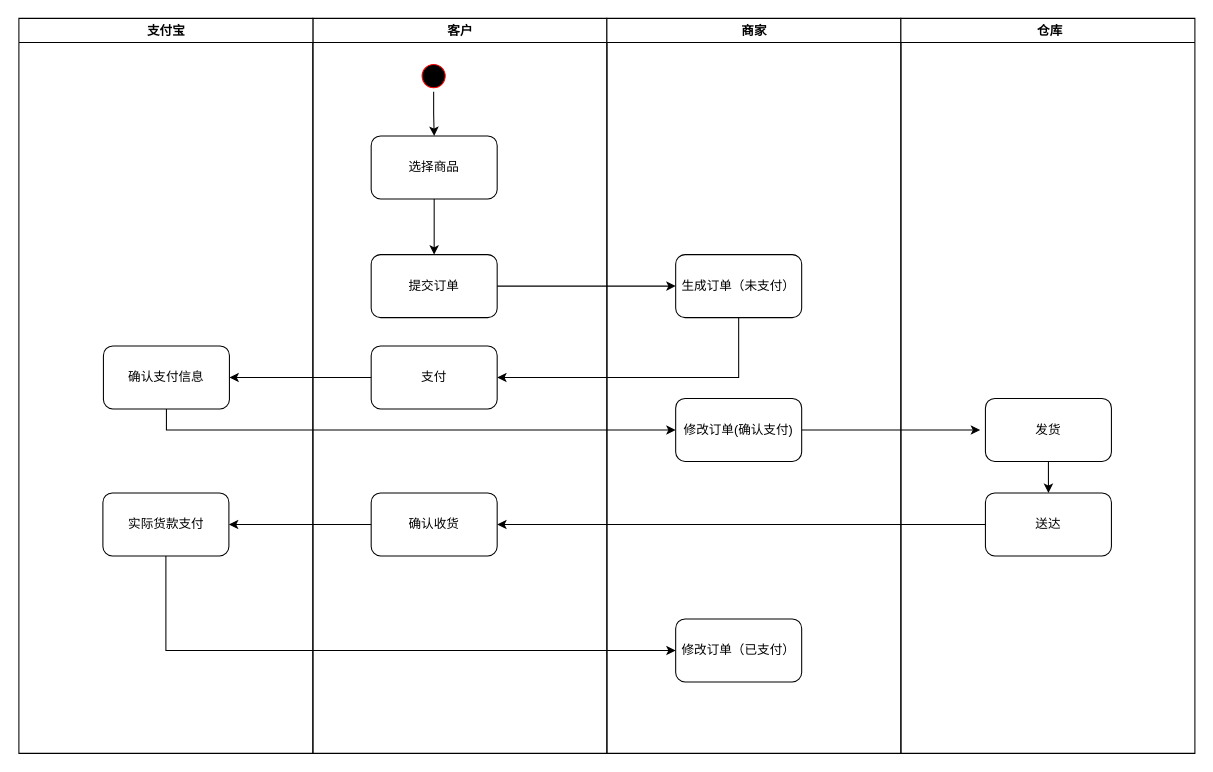
This is 作业32.drawio from Wilson-Long/FrozenFox-V, a draw.io file, before an edit. Source tidied: cells renumbered, new cells numbered last; positions are measured from the earlier drawing's top-left corner, leaving out a move shared by most shapes. Both pictures are drawn from the tidied source at 105%, with x=0, y=0 at pixel (18, 18).
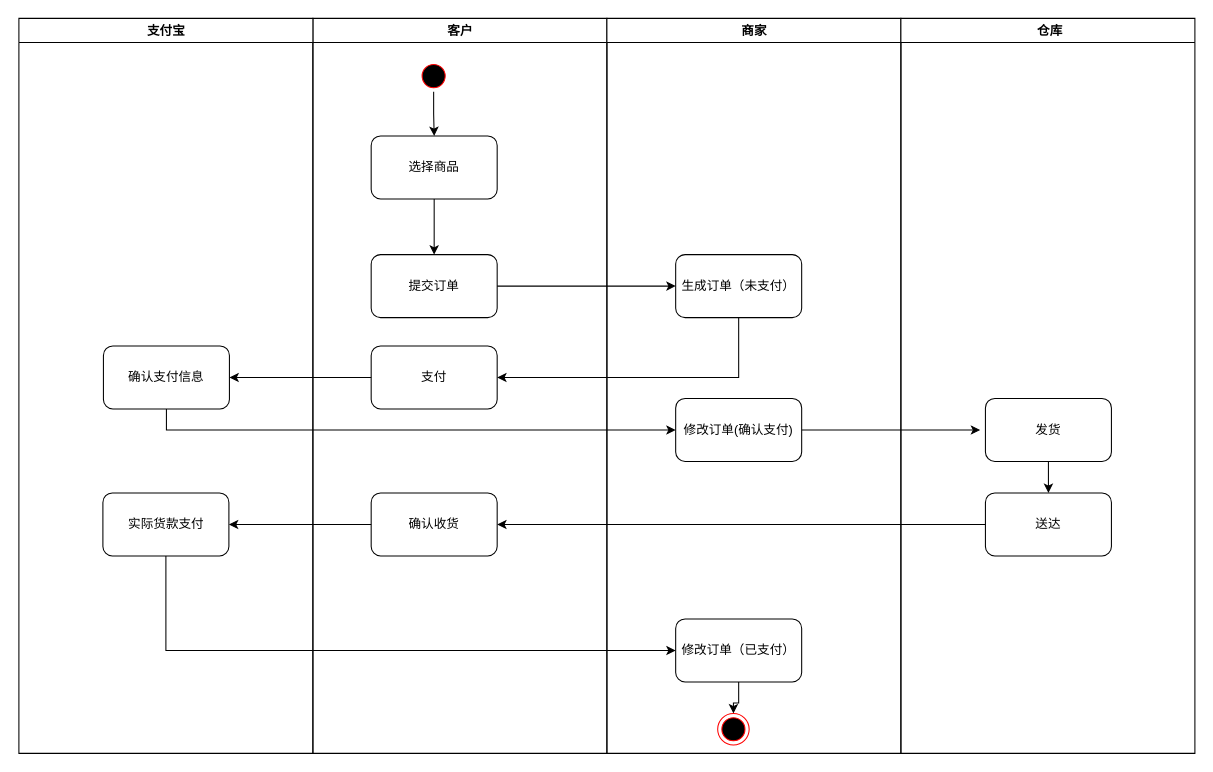
Above is the later version.

The change refers to these unchanged cells:
```xml
<mxCell id="10" value="商家" style="swimlane;whiteSpace=wrap;" parent="1" vertex="1">
  <mxGeometry x="560.5" width="280" height="700" as="geometry" />
</mxCell>
<mxCell id="14" value="修改订单（已支付）" style="rounded=1;whiteSpace=wrap;html=1;" parent="10" vertex="1">
  <mxGeometry x="65.5" y="572" width="120" height="60" as="geometry" />
</mxCell>
```

Diff of the diagram source:
```diff
@@
+    <mxCell id="29" style="edgeStyle=orthogonalEdgeStyle;rounded=0;jettySize=auto;html=1;" parent="10" edge="1" source="14" target="30">
+      <mxGeometry relative="1" as="geometry" />
+    </mxCell>
@@
+    <mxCell id="30" style="ellipse;html=1;shape=endState;fillColor=#000000;strokeColor=#ff0000;" parent="10" vertex="1">
+      <mxGeometry x="105.5" y="662" width="30" height="30" as="geometry" />
+    </mxCell>
```
